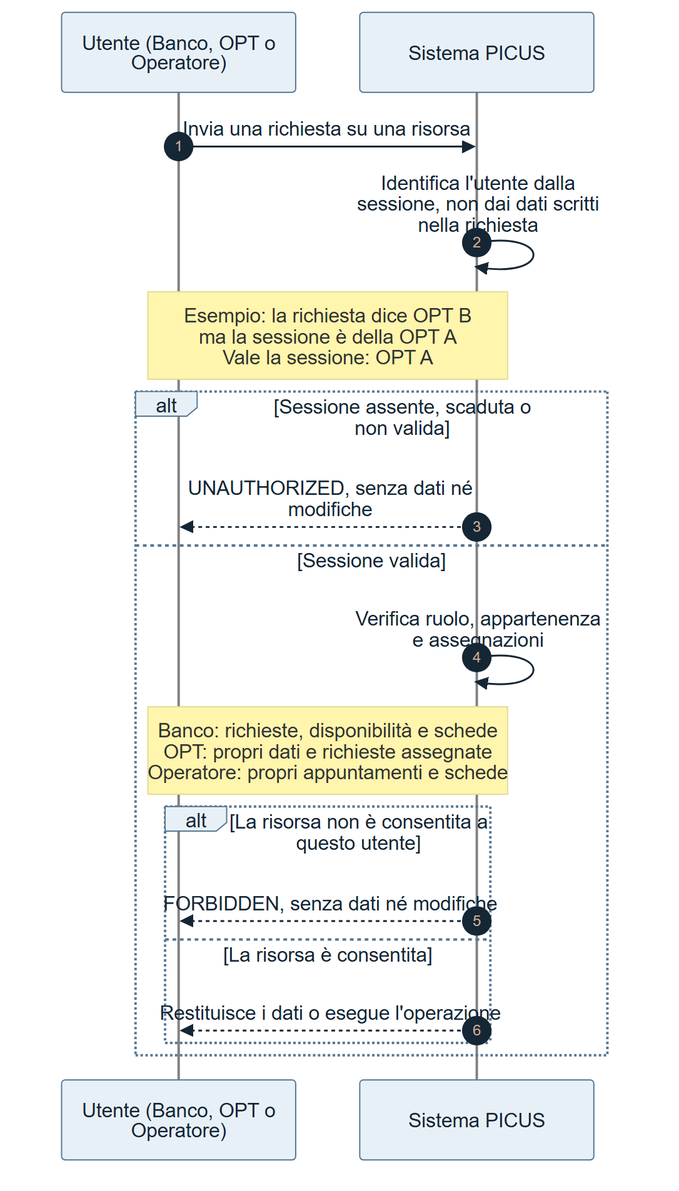
Before: docs/requirements/diagrams/iam/IAM-28-accessi-per-ruolo.png, a diagram exported from Mermaid (Pinguini-alla-Fragola/Progetto-SAD). Its source is kept beside it as docs/requirements/diagrams/iam/IAM-28-accessi-per-ruolo.mmd.
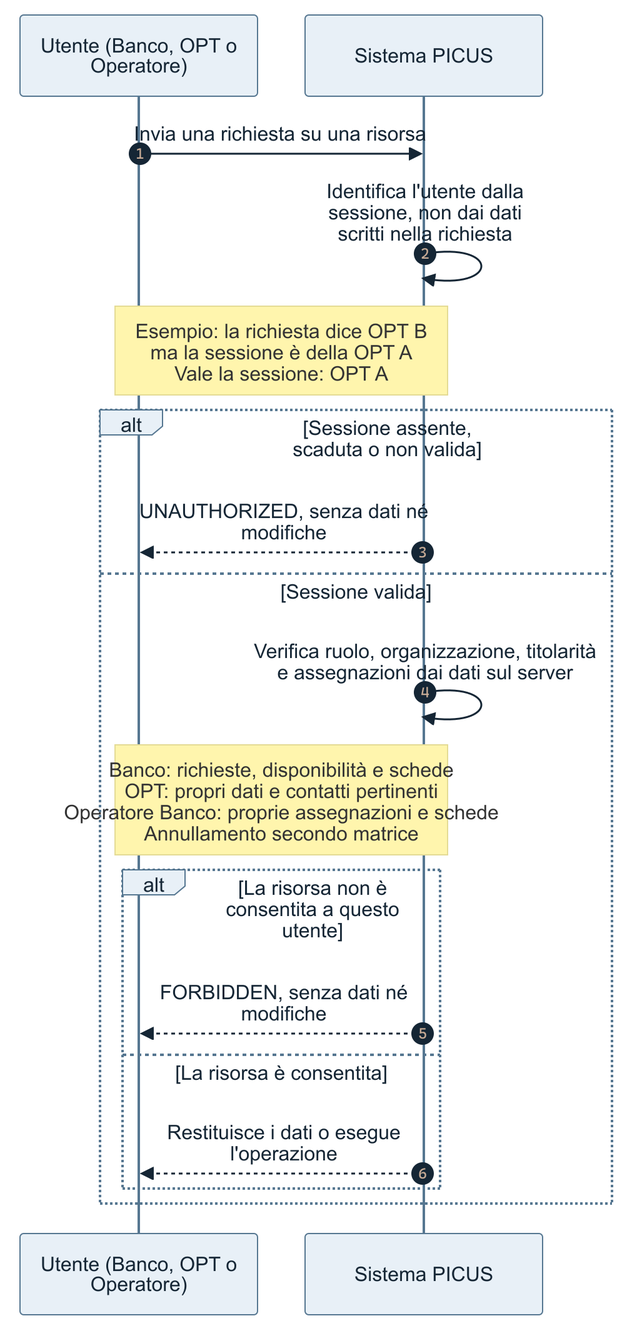
After the change.

Change to the diagram source:
```diff
@@ -9,8 +9,8 @@
     alt Sessione assente, scaduta o non valida
         S-->>U: UNAUTHORIZED, senza dati né modifiche
     else Sessione valida
-        S->>S: Verifica ruolo, appartenenza e assegnazioni
-        Note over U,S: Banco: richieste, disponibilità e schede<br/>OPT: propri dati e richieste assegnate<br/>Operatore: propri appuntamenti e schede
+        S->>S: Verifica ruolo, organizzazione, titolarità<br/>e assegnazioni dai dati sul server
+        Note over U,S: Banco: richieste, disponibilità e schede<br/>OPT: propri dati e contatti pertinenti<br/>Operatore Banco: proprie assegnazioni e schede<br/>Annullamento secondo matrice #28 e #54
         alt La risorsa non è consentita a questo utente
             S-->>U: FORBIDDEN, senza dati né modifiche
         else La risorsa è consentita
```
